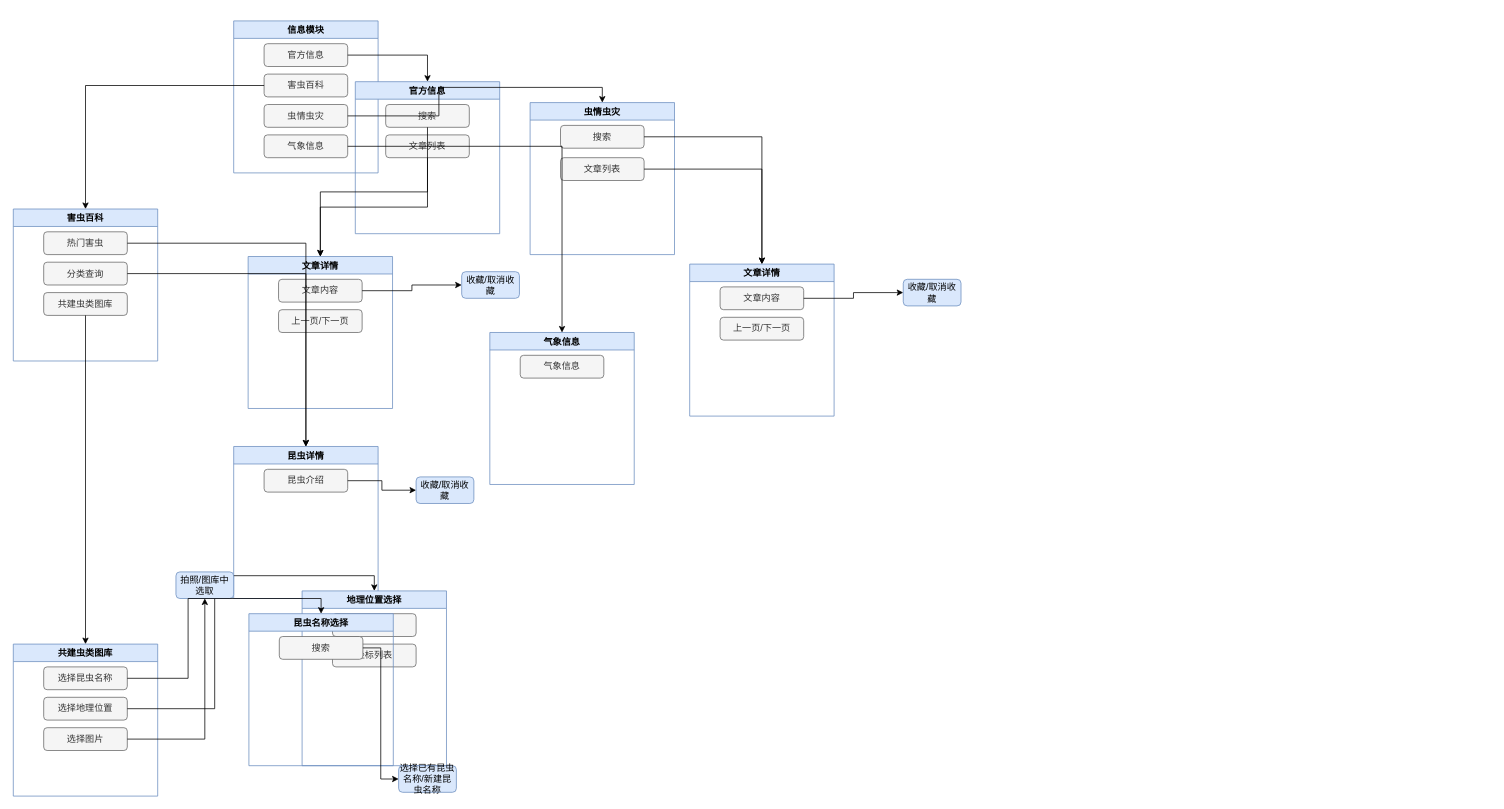
Above: Untitled Diagram.drawio in somelovelanguage/somelovelanguage-somelovelanguage.github.io (draw.io), before the change. Source tidied: cells renumbered, new cells numbered last; positions are measured from the earlier drawing's top-left corner, leaving out a move shared by most shapes. Both pictures are drawn from the tidied source at 76%, with x=0, y=0 at pixel (13, 21).
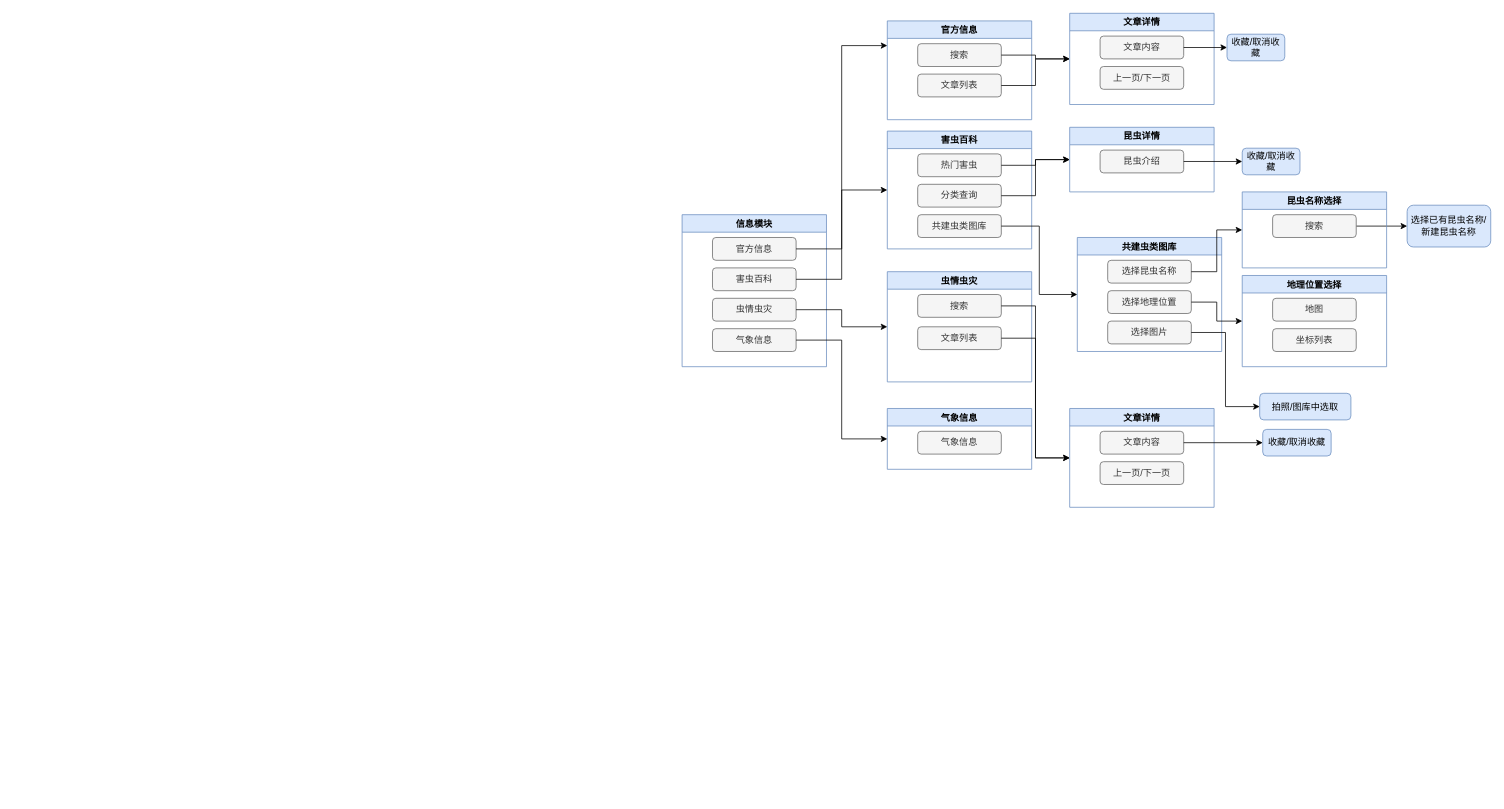
Above is the later version.

Unchanged cells that the change refers to:
```xml
<mxCell id="3" value="官方信息" style="rounded=1;whiteSpace=wrap;html=1;fillColor=#f5f5f5;fontColor=#333333;strokeColor=#666666;" parent="2" vertex="1">
  <mxGeometry x="40" y="30" width="110" height="30" as="geometry" />
</mxCell>
<mxCell id="4" value="害虫百科" style="rounded=1;whiteSpace=wrap;html=1;fillColor=#f5f5f5;fontColor=#333333;strokeColor=#666666;" parent="2" vertex="1">
  <mxGeometry x="40" y="70" width="110" height="30" as="geometry" />
</mxCell>
<mxCell id="5" value="虫情虫灾" style="rounded=1;whiteSpace=wrap;html=1;fillColor=#f5f5f5;fontColor=#333333;strokeColor=#666666;" parent="2" vertex="1">
  <mxGeometry x="40" y="110" width="110" height="30" as="geometry" />
</mxCell>
<mxCell id="6" value="气象信息" style="rounded=1;whiteSpace=wrap;html=1;fillColor=#f5f5f5;fontColor=#333333;strokeColor=#666666;" parent="2" vertex="1">
  <mxGeometry x="40" y="150" width="110" height="30" as="geometry" />
</mxCell>
<mxCell id="9" value="文章列表" style="rounded=1;whiteSpace=wrap;html=1;fillColor=#f5f5f5;fontColor=#333333;strokeColor=#666666;" parent="7" vertex="1">
  <mxGeometry x="40" y="70" width="110" height="30" as="geometry" />
</mxCell>
<mxCell id="11" value="文章内容" style="rounded=1;whiteSpace=wrap;html=1;fillColor=#f5f5f5;fontColor=#333333;strokeColor=#666666;" parent="10" vertex="1">
  <mxGeometry x="40" y="30" width="110" height="30" as="geometry" />
</mxCell>
<mxCell id="18" value="热门害虫" style="rounded=1;whiteSpace=wrap;html=1;fillColor=#f5f5f5;fontColor=#333333;strokeColor=#666666;" parent="17" vertex="1">
  <mxGeometry x="40" y="30" width="110" height="30" as="geometry" />
</mxCell>
<mxCell id="19" value="分类查询" style="rounded=1;whiteSpace=wrap;html=1;fillColor=#f5f5f5;fontColor=#333333;strokeColor=#666666;" parent="17" vertex="1">
  <mxGeometry x="40" y="70" width="110" height="30" as="geometry" />
</mxCell>
<mxCell id="20" value="共建虫类图库" style="rounded=1;whiteSpace=wrap;html=1;fillColor=#f5f5f5;fontColor=#333333;strokeColor=#666666;" parent="17" vertex="1">
  <mxGeometry x="40" y="110" width="110" height="30" as="geometry" />
</mxCell>
<mxCell id="26" value="选择昆虫名称" style="rounded=1;whiteSpace=wrap;html=1;fillColor=#f5f5f5;fontColor=#333333;strokeColor=#666666;" parent="25" vertex="1">
  <mxGeometry x="40" y="30" width="110" height="30" as="geometry" />
</mxCell>
<mxCell id="27" value="选择地理位置" style="rounded=1;whiteSpace=wrap;html=1;fillColor=#f5f5f5;fontColor=#333333;strokeColor=#666666;" parent="25" vertex="1">
  <mxGeometry x="40" y="70" width="110" height="30" as="geometry" />
</mxCell>
<mxCell id="28" value="选择图片" style="rounded=1;whiteSpace=wrap;html=1;fillColor=#f5f5f5;fontColor=#333333;strokeColor=#666666;" parent="25" vertex="1">
  <mxGeometry x="40" y="110" width="110" height="30" as="geometry" />
</mxCell>
<mxCell id="36" value="搜索" style="rounded=1;whiteSpace=wrap;html=1;fillColor=#f5f5f5;fontColor=#333333;strokeColor=#666666;" parent="35" vertex="1">
  <mxGeometry x="40" y="30" width="110" height="30" as="geometry" />
</mxCell>
<mxCell id="37" value="文章列表" style="rounded=1;whiteSpace=wrap;html=1;fillColor=#f5f5f5;fontColor=#333333;strokeColor=#666666;" parent="35" vertex="1">
  <mxGeometry x="40" y="72.5" width="110" height="30" as="geometry" />
</mxCell>
```

What changed in the source:
```diff
@@
     <mxCell id="2" value="信息模块" style="swimlane;fillColor=#dae8fc;strokeColor=#6c8ebf;" parent="1" vertex="1">
-      <mxGeometry x="290" width="190" height="200" as="geometry" />
+      <mxGeometry x="880" y="255" width="190" height="200" as="geometry" />
     </mxCell>
@@
     <mxCell id="7" value="官方信息" style="swimlane;fillColor=#dae8fc;strokeColor=#6c8ebf;" parent="1" vertex="1">
-      <mxGeometry x="450" y="80" width="190" height="200" as="geometry" />
+      <mxGeometry x="1150" width="190" height="130" as="geometry" />
     </mxCell>
@@
     <mxCell id="10" value="文章详情" style="swimlane;fillColor=#dae8fc;strokeColor=#6c8ebf;" parent="1" vertex="1">
-      <mxGeometry x="309" y="310" width="190" height="200" as="geometry" />
+      <mxGeometry x="1390" y="-10" width="190" height="120" as="geometry" />
     </mxCell>
@@
-    <mxCell id="13" style="edgeStyle=orthogonalEdgeStyle;rounded=0;jettySize=auto;html=1;entryX=0;entryY=0.5;entryDx=0;entryDy=0;" parent="1" edge="1" source="11" target="14">
+    <mxCell id="13" style="edgeStyle=orthogonalEdgeStyle;rounded=0;jettySize=auto;html=1;entryX=0;entryY=0.5;entryDx=0;entryDy=0;noEdgeStyle=1;" parent="1" edge="1" source="11" target="14">
       <mxGeometry relative="1" as="geometry" />
     </mxCell>
     <mxCell id="14" value="收藏/取消收藏" style="whiteSpace=wrap;html=1;fillColor=#dae8fc;strokeColor=#6c8ebf;rounded=1;" parent="1" vertex="1">
-      <mxGeometry x="590" y="330" width="76" height="35" as="geometry" />
+      <mxGeometry x="1597" y="17.5" width="76" height="35" as="geometry" />
     </mxCell>
@@
-    <mxCell id="16" style="edgeStyle=orthogonalEdgeStyle;rounded=0;jettySize=auto;html=1;entryX=0.5;entryY=0;entryDx=0;entryDy=0;" parent="1" edge="1" source="9" target="10">
+    <mxCell id="16" style="edgeStyle=orthogonalEdgeStyle;rounded=0;jettySize=auto;html=1;entryX=0;entryY=0.5;entryDx=0;entryDy=0;" parent="1" edge="1" source="9" target="10">
       <mxGeometry relative="1" as="geometry" />
     </mxCell>
     <mxCell id="17" value="害虫百科" style="swimlane;fillColor=#dae8fc;strokeColor=#6c8ebf;" parent="1" vertex="1">
-      <mxGeometry y="247.5" width="190" height="200" as="geometry" />
+      <mxGeometry x="1150" y="145" width="190" height="155" as="geometry" />
     </mxCell>
@@
     <mxCell id="21" value="昆虫详情" style="swimlane;fillColor=#dae8fc;strokeColor=#6c8ebf;" parent="1" vertex="1">
-      <mxGeometry x="290" y="560" width="190" height="200" as="geometry" />
+      <mxGeometry x="1390" y="140" width="190" height="85" as="geometry" />
     </mxCell>
@@
     <mxCell id="23" value="收藏/取消收藏" style="whiteSpace=wrap;html=1;fillColor=#dae8fc;strokeColor=#6c8ebf;rounded=1;" parent="1" vertex="1">
-      <mxGeometry x="530" y="600" width="76" height="35" as="geometry" />
+      <mxGeometry x="1617" y="167.5" width="76" height="35" as="geometry" />
     </mxCell>
@@
     <mxCell id="25" value="共建虫类图库" style="swimlane;fillColor=#dae8fc;strokeColor=#6c8ebf;" parent="1" vertex="1">
-      <mxGeometry y="820" width="190" height="200" as="geometry" />
+      <mxGeometry x="1400" y="285" width="190" height="150" as="geometry" />
     </mxCell>
@@
     <mxCell id="29" value="气象信息" style="swimlane;fillColor=#dae8fc;strokeColor=#6c8ebf;" parent="1" vertex="1">
-      <mxGeometry x="627" y="410" width="190" height="200" as="geometry" />
+      <mxGeometry x="1150" y="510" width="190" height="80" as="geometry" />
     </mxCell>
@@
-    <mxCell id="31" style="edgeStyle=orthogonalEdgeStyle;rounded=0;jettySize=auto;html=1;entryX=0.5;entryY=0;entryDx=0;entryDy=0;" parent="1" edge="1" source="18" target="21">
+    <mxCell id="31" style="edgeStyle=orthogonalEdgeStyle;rounded=0;jettySize=auto;html=1;entryX=0;entryY=0.5;entryDx=0;entryDy=0;" parent="1" edge="1" source="18" target="21">
       <mxGeometry relative="1" as="geometry" />
     </mxCell>
-    <mxCell id="32" style="edgeStyle=orthogonalEdgeStyle;rounded=0;jettySize=auto;html=1;entryX=0.5;entryY=0;entryDx=0;entryDy=0;" parent="1" edge="1" source="19" target="21">
+    <mxCell id="32" style="edgeStyle=orthogonalEdgeStyle;rounded=0;jettySize=auto;html=1;entryX=0;entryY=0.5;entryDx=0;entryDy=0;" parent="1" edge="1" source="19" target="21">
       <mxGeometry relative="1" as="geometry" />
     </mxCell>
-    <mxCell id="33" style="edgeStyle=orthogonalEdgeStyle;rounded=0;jettySize=auto;html=1;entryX=0.5;entryY=0;entryDx=0;entryDy=0;" parent="1" edge="1" source="20" target="25">
+    <mxCell id="33" style="edgeStyle=orthogonalEdgeStyle;rounded=0;jettySize=auto;html=1;entryX=0;entryY=0.5;entryDx=0;entryDy=0;" parent="1" edge="1" source="20" target="25">
       <mxGeometry relative="1" as="geometry" />
     </mxCell>
-    <mxCell id="34" style="edgeStyle=orthogonalEdgeStyle;rounded=0;jettySize=auto;html=1;entryX=0.5;entryY=0;entryDx=0;entryDy=0;" parent="1" edge="1" source="4" target="17">
+    <mxCell id="34" style="edgeStyle=orthogonalEdgeStyle;rounded=0;jettySize=auto;html=1;entryX=0;entryY=0.5;entryDx=0;entryDy=0;" parent="1" edge="1" source="4" target="17">
       <mxGeometry relative="1" as="geometry" />
     </mxCell>
     <mxCell id="35" value="虫情虫灾" style="swimlane;fillColor=#dae8fc;strokeColor=#6c8ebf;" parent="1" vertex="1">
-      <mxGeometry x="680" y="107.5" width="190" height="200" as="geometry" />
+      <mxGeometry x="1150" y="330" width="190" height="145" as="geometry" />
     </mxCell>
@@
     <mxCell id="38" value="文章详情" style="swimlane;fillColor=#dae8fc;strokeColor=#6c8ebf;" parent="1" vertex="1">
-      <mxGeometry x="890" y="320" width="190" height="200" as="geometry" />
+      <mxGeometry x="1390" y="510" width="190" height="130" as="geometry" />
     </mxCell>
@@
     <mxCell id="42" value="收藏/取消收藏" style="whiteSpace=wrap;html=1;fillColor=#dae8fc;strokeColor=#6c8ebf;rounded=1;" parent="1" vertex="1">
-      <mxGeometry x="1171" y="340" width="76" height="35" as="geometry" />
+      <mxGeometry x="1644" y="537.5" width="90" height="35" as="geometry" />
     </mxCell>
-    <mxCell id="43" style="edgeStyle=orthogonalEdgeStyle;rounded=0;jettySize=auto;html=1;entryX=0.5;entryY=0;entryDx=0;entryDy=0;" parent="1" edge="1" source="36" target="38">
-      <mxGeometry relative="1" as="geometry" />
-    </mxCell>
-    <mxCell id="44" style="edgeStyle=orthogonalEdgeStyle;rounded=0;jettySize=auto;html=1;entryX=0.5;entryY=0;entryDx=0;entryDy=0;" parent="1" edge="1" source="37" target="38">
-      <mxGeometry relative="1" as="geometry" />
-    </mxCell>
-    <mxCell id="45" style="edgeStyle=orthogonalEdgeStyle;rounded=0;jettySize=auto;html=1;entryX=0.5;entryY=0;entryDx=0;entryDy=0;" parent="1" edge="1" source="5" target="35">
+    <mxCell id="45" style="edgeStyle=orthogonalEdgeStyle;rounded=0;jettySize=auto;html=1;entryX=0;entryY=0.5;entryDx=0;entryDy=0;" parent="1" edge="1" source="5" target="35">
       <mxGeometry relative="1" as="geometry" />
     </mxCell>
-    <mxCell id="46" style="edgeStyle=orthogonalEdgeStyle;rounded=0;jettySize=auto;html=1;entryX=0.5;entryY=0;entryDx=0;entryDy=0;" parent="1" edge="1" source="6" target="29">
+    <mxCell id="46" style="edgeStyle=orthogonalEdgeStyle;rounded=0;jettySize=auto;html=1;entryX=0;entryY=0.5;entryDx=0;entryDy=0;" parent="1" edge="1" source="6" target="29">
       <mxGeometry relative="1" as="geometry" />
     </mxCell>
-    <mxCell id="47" style="edgeStyle=orthogonalEdgeStyle;rounded=0;jettySize=auto;html=1;entryX=0.5;entryY=0;entryDx=0;entryDy=0;" parent="1" edge="1" source="3" target="7">
-      <mxGeometry relative="1" as="geometry" />
-    </mxCell>
     <mxCell id="48" value="地理位置选择" style="swimlane;fillColor=#dae8fc;strokeColor=#6c8ebf;" parent="1" vertex="1">
-      <mxGeometry x="380" y="750" width="190" height="230" as="geometry" />
+      <mxGeometry x="1617" y="335" width="190" height="120" as="geometry" />
     </mxCell>
@@
-    <mxCell id="51" value="昆虫名称选择" style="swimlane;fillColor=#dae8fc;strokeColor=#6c8ebf;" parent="48" vertex="1">
-      <mxGeometry x="-70" y="30" width="190" height="200" as="geometry" />
-    </mxCell>
-    <mxCell id="52" value="搜索" style="rounded=1;whiteSpace=wrap;html=1;fillColor=#f5f5f5;fontColor=#333333;strokeColor=#666666;" parent="51" vertex="1">
-      <mxGeometry x="40" y="30" width="110" height="30" as="geometry" />
-    </mxCell>
-    <mxCell id="53" style="edgeStyle=orthogonalEdgeStyle;rounded=0;jettySize=auto;html=1;entryX=0.5;entryY=0;entryDx=0;entryDy=0;" parent="1" edge="1" source="27" target="48">
+    <mxCell id="53" style="edgeStyle=orthogonalEdgeStyle;rounded=0;jettySize=auto;html=1;entryX=0;entryY=0.5;entryDx=0;entryDy=0;" parent="1" edge="1" source="27" target="48">
       <mxGeometry relative="1" as="geometry" />
     </mxCell>
     <mxCell id="54" value="拍照/图库中选取" style="whiteSpace=wrap;html=1;fillColor=#dae8fc;strokeColor=#6c8ebf;rounded=1;" parent="1" vertex="1">
-      <mxGeometry x="214" y="725" width="76" height="35" as="geometry" />
+      <mxGeometry x="1640" y="490" width="120" height="35" as="geometry" />
     </mxCell>
-    <mxCell id="55" style="edgeStyle=orthogonalEdgeStyle;rounded=0;jettySize=auto;html=1;" parent="1" edge="1" source="28" target="54">
-      <mxGeometry relative="1" as="geometry" />
-    </mxCell>
     <mxCell id="56" value="选择已有昆虫名称/新建昆虫名称" style="whiteSpace=wrap;html=1;fillColor=#dae8fc;strokeColor=#6c8ebf;rounded=1;" parent="1" vertex="1">
-      <mxGeometry x="507" y="980" width="76" height="35" as="geometry" />
+      <mxGeometry x="1834" y="242.5" width="110" height="55" as="geometry" />
     </mxCell>
@@
-    <mxCell id="58" style="edgeStyle=orthogonalEdgeStyle;rounded=0;jettySize=auto;html=1;entryX=0.5;entryY=0;entryDx=0;entryDy=0;" parent="1" edge="1" source="26" target="51">
+    <mxCell id="58" style="edgeStyle=orthogonalEdgeStyle;rounded=0;jettySize=auto;html=1;entryX=0;entryY=0.5;entryDx=0;entryDy=0;" parent="1" edge="1" source="26" target="51">
       <mxGeometry relative="1" as="geometry" />
     </mxCell>
+    <mxCell id="51" value="昆虫名称选择" style="swimlane;fillColor=#dae8fc;strokeColor=#6c8ebf;" parent="1" vertex="1">
+      <mxGeometry x="1617" y="225" width="190" height="100" as="geometry" />
+    </mxCell>
+    <mxCell id="52" value="搜索" style="rounded=1;whiteSpace=wrap;html=1;fillColor=#f5f5f5;fontColor=#333333;strokeColor=#666666;" parent="51" vertex="1">
+      <mxGeometry x="40" y="30" width="110" height="30" as="geometry" />
+    </mxCell>
+    <mxCell id="47" style="edgeStyle=orthogonalEdgeStyle;rounded=0;jettySize=auto;html=1;entryX=0;entryY=0.25;entryDx=0;entryDy=0;" parent="1" edge="1" source="3" target="7">
+      <mxGeometry relative="1" as="geometry" />
+    </mxCell>
+    <mxCell id="43" style="edgeStyle=orthogonalEdgeStyle;rounded=0;jettySize=auto;html=1;entryX=0;entryY=0.5;entryDx=0;entryDy=0;" parent="1" edge="1" source="36" target="38">
+      <mxGeometry relative="1" as="geometry" />
+    </mxCell>
+    <mxCell id="44" style="edgeStyle=orthogonalEdgeStyle;rounded=0;jettySize=auto;html=1;entryX=0;entryY=0.5;entryDx=0;entryDy=0;" parent="1" edge="1" source="37" target="38">
+      <mxGeometry relative="1" as="geometry" />
+    </mxCell>
+    <mxCell id="55" style="edgeStyle=orthogonalEdgeStyle;rounded=0;jettySize=auto;html=1;entryX=0;entryY=0.5;entryDx=0;entryDy=0;" parent="1" edge="1" source="28" target="54">
+      <mxGeometry relative="1" as="geometry" />
+    </mxCell>
```
